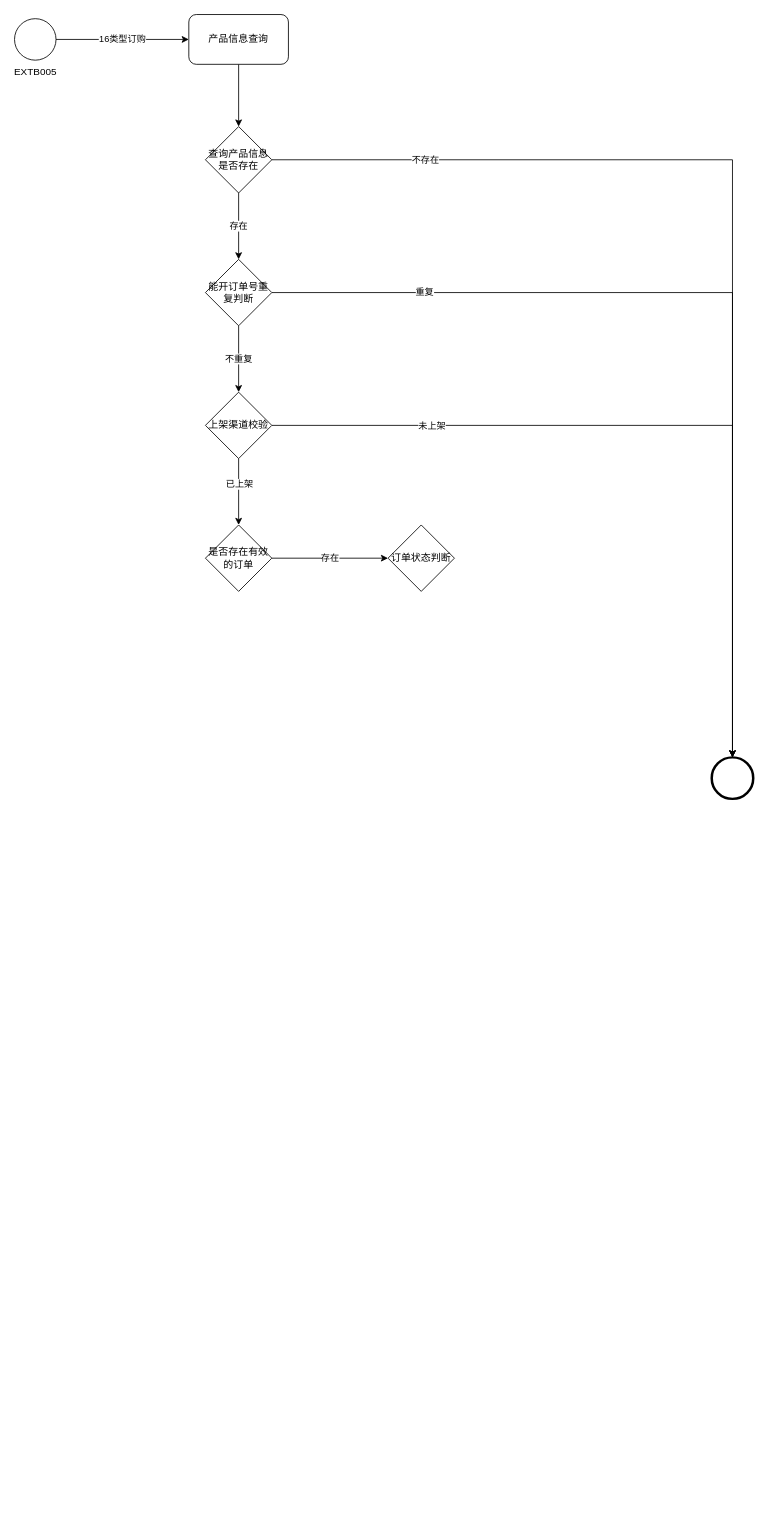
Earlier version of the draw.io diagram 套餐+权益.drawio (moshan123/draw). Source tidied: cells renumbered, new cells numbered last; positions are measured from the earlier drawing's top-left corner, leaving out a move shared by most shapes. Both pictures are drawn from the tidied source at 83%, with x=0, y=0 at pixel (14, 14).
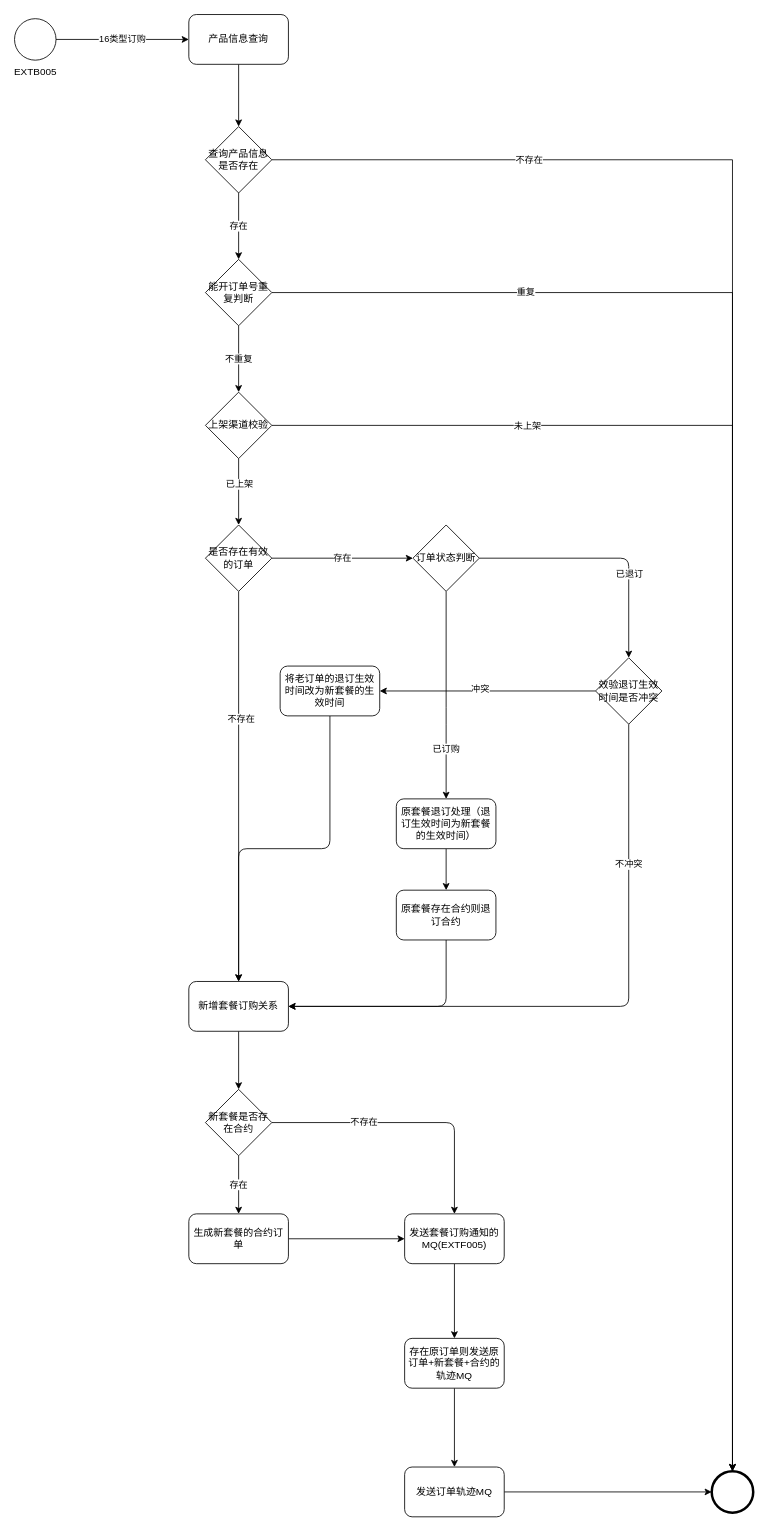
The same page after the edit.

Unchanged cells that the change refers to:
```xml
<mxCell id="12" value="能开订单号重复判断" style="rhombus;whiteSpace=wrap;html=1;" parent="1" vertex="1">
  <mxGeometry x="230" y="295" width="80" height="80" as="geometry" />
</mxCell>
<mxCell id="13" style="edgeStyle=orthogonalEdgeStyle;rounded=0;jettySize=auto;html=1;" parent="1" edge="1" source="17" target="4">
  <mxGeometry relative="1" as="geometry" />
</mxCell>
<mxCell id="19" value="是否存在有效的订单" style="rhombus;whiteSpace=wrap;html=1;" parent="1" vertex="1">
  <mxGeometry x="230" y="615" width="80" height="80" as="geometry" />
</mxCell>
```

Diff of the diagram source:
```diff
@@
-    <mxCell id="3" value="EXTB005" style="shape=mxgraph.bpmn.shape;html=1;verticalLabelPosition=bottom;labelBackgroundColor=#ffffff;verticalAlign=top;align=center;perimeter=ellipsePerimeter;outlineConnect=0;outline=standard;symbol=general;" parent="1" vertex="1">
+    <mxCell id="3" value="EXTB005" style="shape=mxgraph.bpmn.shape;html=1;verticalLabelPosition=bottom;verticalAlign=top;align=center;perimeter=ellipsePerimeter;outlineConnect=0;outline=standard;symbol=general;" parent="1" vertex="1">
       <mxGeometry y="5" width="50" height="50" as="geometry" />
     </mxCell>
-    <mxCell id="4" style="shape=mxgraph.bpmn.shape;html=1;verticalLabelPosition=bottom;labelBackgroundColor=#ffffff;verticalAlign=top;align=center;perimeter=ellipsePerimeter;outlineConnect=0;outline=end;symbol=general;" parent="1" vertex="1">
-      <mxGeometry x="840" y="895" width="50" height="50" as="geometry" />
+    <mxCell id="4" style="shape=mxgraph.bpmn.shape;html=1;verticalLabelPosition=bottom;verticalAlign=top;align=center;perimeter=ellipsePerimeter;outlineConnect=0;outline=end;symbol=general;" parent="1" vertex="1">
+      <mxGeometry x="840" y="1755" width="50" height="50" as="geometry" />
     </mxCell>
@@
     <mxCell id="10" value="重复" style="edgeStyle=orthogonalEdgeStyle;rounded=0;jettySize=auto;html=1;" parent="1" edge="1" source="12" target="4">
-      <mxGeometry x="-0.67" relative="1" as="geometry" />
+      <mxGeometry x="-0.69" relative="1" as="geometry" />
     </mxCell>
@@
     <mxCell id="14" value="未上架" style="edgeLabel;html=1;align=center;verticalAlign=middle;" parent="13" vertex="1">
       <mxGeometry x="-0.5" y="-5" relative="1" as="geometry">
-        <mxPoint x="-47" y="-5" as="offset" />
+        <mxPoint x="-147" y="-5" as="offset" />
       </mxGeometry>
     </mxCell>
@@
+    <mxCell id="21" style="edgeStyle=orthogonalEdgeStyle;curved=0;rounded=1;sketch=0;jettySize=auto;html=1;" parent="1" edge="1" source="19" target="31">
+      <mxGeometry relative="1" as="geometry" />
+    </mxCell>
+    <mxCell id="22" value="不存在" style="edgeLabel;html=1;align=center;verticalAlign=middle;" parent="21" vertex="1">
+      <mxGeometry x="-0.35" y="2" relative="1" as="geometry" />
+    </mxCell>
@@
+    <mxCell id="23" style="edgeStyle=orthogonalEdgeStyle;curved=0;rounded=1;sketch=0;jettySize=auto;html=1;" parent="1" edge="1" source="20" target="29">
+      <mxGeometry relative="1" as="geometry" />
+    </mxCell>
+    <mxCell id="24" value="已退订&lt;br&gt;" style="edgeLabel;html=1;align=center;verticalAlign=middle;" parent="23" vertex="1">
+      <mxGeometry x="0.37" y="2" relative="1" as="geometry">
+        <mxPoint x="-2" y="-8" as="offset" />
+      </mxGeometry>
+    </mxCell>
+    <mxCell id="25" value="已订购" style="edgeStyle=orthogonalEdgeStyle;curved=0;rounded=1;sketch=0;jettySize=auto;html=1;" parent="1" edge="1" source="20" target="33">
+      <mxGeometry x="0.52" relative="1" as="geometry">
+        <Array as="points">
+          <mxPoint x="520" y="845" />
+          <mxPoint x="520" y="845" />
+        </Array>
+      </mxGeometry>
+    </mxCell>
     <mxCell id="20" value="订单状态判断" style="rhombus;whiteSpace=wrap;html=1;" parent="1" vertex="1">
-      <mxGeometry x="450" y="615" width="80" height="80" as="geometry" />
+      <mxGeometry x="480" y="615" width="80" height="80" as="geometry" />
     </mxCell>
+    <mxCell id="26" value="不冲突" style="edgeStyle=orthogonalEdgeStyle;curved=0;rounded=1;sketch=0;jettySize=auto;html=1;" parent="1" edge="1" source="29" target="31">
+      <mxGeometry x="-0.55" relative="1" as="geometry">
+        <Array as="points">
+          <mxPoint x="740" y="1195" />
+        </Array>
+      </mxGeometry>
+    </mxCell>
+    <mxCell id="27" style="edgeStyle=orthogonalEdgeStyle;curved=0;rounded=1;sketch=0;jettySize=auto;html=1;entryX=1;entryY=0.5;entryDx=0;entryDy=0;" parent="1" edge="1" source="29" target="37">
+      <mxGeometry relative="1" as="geometry" />
+    </mxCell>
+    <mxCell id="28" value="冲突" style="edgeLabel;html=1;align=center;verticalAlign=middle;" parent="27" vertex="1">
+      <mxGeometry x="0.08" y="-3" relative="1" as="geometry" />
+    </mxCell>
+    <mxCell id="29" value="效验退订生效时间是否冲突" style="rhombus;whiteSpace=wrap;html=1;" parent="1" vertex="1">
+      <mxGeometry x="700" y="775" width="80" height="80" as="geometry" />
+    </mxCell>
+    <mxCell id="30" style="edgeStyle=orthogonalEdgeStyle;curved=0;rounded=1;sketch=0;jettySize=auto;html=1;" parent="1" edge="1" source="31" target="40">
+      <mxGeometry relative="1" as="geometry" />
+    </mxCell>
+    <mxCell id="31" value="新增套餐订购关系" style="rounded=1;whiteSpace=wrap;html=1;sketch=0;" parent="1" vertex="1">
+      <mxGeometry x="210" y="1165" width="120" height="60" as="geometry" />
+    </mxCell>
+    <mxCell id="32" style="edgeStyle=orthogonalEdgeStyle;curved=0;rounded=1;sketch=0;jettySize=auto;html=1;" parent="1" edge="1" source="33" target="35">
+      <mxGeometry relative="1" as="geometry" />
+    </mxCell>
+    <mxCell id="33" value="原套餐退订处理（退订生效时间为新套餐的生效时间）" style="rounded=1;whiteSpace=wrap;html=1;sketch=0;" parent="1" vertex="1">
+      <mxGeometry x="460" y="945" width="120" height="60" as="geometry" />
+    </mxCell>
+    <mxCell id="34" style="edgeStyle=orthogonalEdgeStyle;curved=0;rounded=1;sketch=0;jettySize=auto;html=1;" parent="1" edge="1" source="35" target="31">
+      <mxGeometry relative="1" as="geometry">
+        <Array as="points">
+          <mxPoint x="520" y="1195" />
+        </Array>
+      </mxGeometry>
+    </mxCell>
+    <mxCell id="35" value="原套餐存在合约则退订合约" style="rounded=1;whiteSpace=wrap;html=1;sketch=0;" parent="1" vertex="1">
+      <mxGeometry x="460" y="1055" width="120" height="60" as="geometry" />
+    </mxCell>
+    <mxCell id="36" style="edgeStyle=orthogonalEdgeStyle;curved=0;rounded=1;sketch=0;jettySize=auto;html=1;entryX=0.5;entryY=0;entryDx=0;entryDy=0;" parent="1" edge="1" source="37" target="31">
+      <mxGeometry relative="1" as="geometry" />
+    </mxCell>
+    <mxCell id="37" value="将老订单的退订生效时间改为新套餐的生效时间" style="rounded=1;whiteSpace=wrap;html=1;sketch=0;" parent="1" vertex="1">
+      <mxGeometry x="320" y="785" width="120" height="60" as="geometry" />
+    </mxCell>
+    <mxCell id="38" value="存在" style="edgeStyle=orthogonalEdgeStyle;curved=0;rounded=1;sketch=0;jettySize=auto;html=1;" parent="1" edge="1" source="40" target="42">
+      <mxGeometry relative="1" as="geometry" />
+    </mxCell>
+    <mxCell id="39" value="不存在" style="edgeStyle=orthogonalEdgeStyle;curved=0;rounded=1;sketch=0;jettySize=auto;html=1;" parent="1" edge="1" source="40" target="44">
+      <mxGeometry x="-0.33" relative="1" as="geometry" />
+    </mxCell>
+    <mxCell id="40" value="新套餐是否存在合约" style="rhombus;whiteSpace=wrap;html=1;rounded=0;sketch=0;" parent="1" vertex="1">
+      <mxGeometry x="230" y="1295" width="80" height="80" as="geometry" />
+    </mxCell>
+    <mxCell id="41" style="edgeStyle=orthogonalEdgeStyle;curved=0;rounded=1;sketch=0;jettySize=auto;html=1;" parent="1" edge="1" source="42" target="44">
+      <mxGeometry relative="1" as="geometry" />
+    </mxCell>
+    <mxCell id="42" value="生成新套餐的合约订单" style="rounded=1;whiteSpace=wrap;html=1;sketch=0;" parent="1" vertex="1">
+      <mxGeometry x="210" y="1445" width="120" height="60" as="geometry" />
+    </mxCell>
+    <mxCell id="43" style="edgeStyle=orthogonalEdgeStyle;curved=0;rounded=1;sketch=0;jettySize=auto;html=1;" parent="1" edge="1" source="44" target="46">
+      <mxGeometry relative="1" as="geometry" />
+    </mxCell>
+    <mxCell id="44" value="发送套餐订购通知的MQ(EXTF005)" style="rounded=1;whiteSpace=wrap;html=1;sketch=0;" parent="1" vertex="1">
+      <mxGeometry x="470" y="1445" width="120" height="60" as="geometry" />
+    </mxCell>
+    <mxCell id="45" style="edgeStyle=orthogonalEdgeStyle;curved=0;rounded=1;sketch=0;jettySize=auto;html=1;" parent="1" edge="1" source="46" target="48">
+      <mxGeometry relative="1" as="geometry" />
+    </mxCell>
+    <mxCell id="46" value="存在原订单则发送原订单+新套餐+合约的轨迹MQ" style="rounded=1;whiteSpace=wrap;html=1;sketch=0;" parent="1" vertex="1">
+      <mxGeometry x="470" y="1595" width="120" height="60" as="geometry" />
+    </mxCell>
+    <mxCell id="47" style="edgeStyle=orthogonalEdgeStyle;curved=0;rounded=1;sketch=0;jettySize=auto;html=1;" parent="1" edge="1" source="48" target="4">
+      <mxGeometry relative="1" as="geometry" />
+    </mxCell>
+    <mxCell id="48" value="发送订单轨迹MQ" style="rounded=1;whiteSpace=wrap;html=1;sketch=0;" parent="1" vertex="1">
+      <mxGeometry x="470" y="1750" width="120" height="60" as="geometry" />
+    </mxCell>
```
